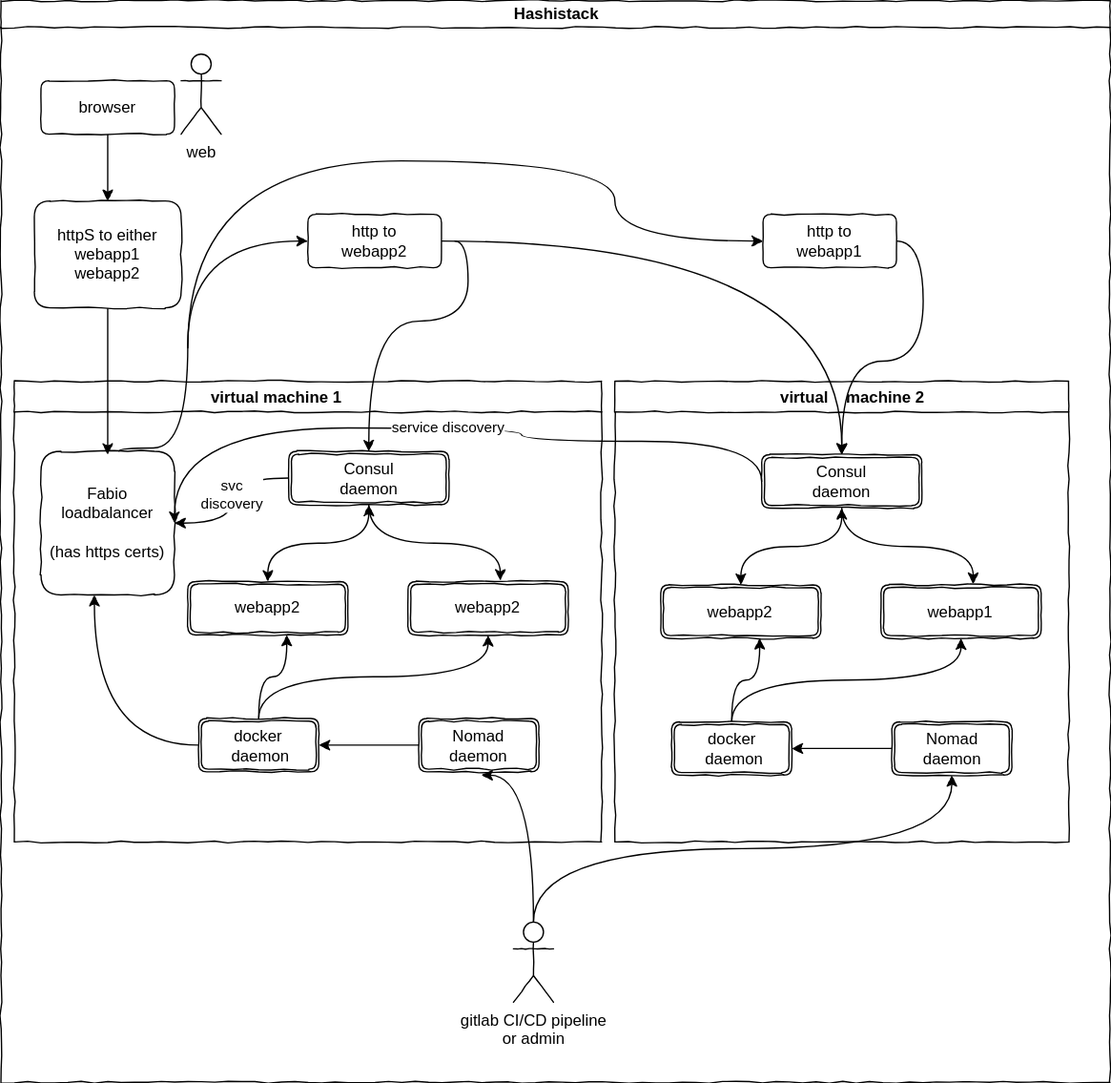
Earlier version of the draw.io export gitlab-commit/architecture.drawio.svg (traceypooh/slides). Source tidied: cells renumbered, new cells last; positions are measured from the earlier drawing's top-left corner, leaving out a move shared by most shapes. Its diagram source:
```xml
<mxGraphModel>
  <root>
    <mxCell id="0" />
    <mxCell id="1" parent="0" />
    <mxCell id="2" value="Hashistack" style="swimlane;html=1;startSize=20;horizontal=1;flowOrientation=north;interRankCellSpacing=50;containerType=tree;comic=1;flipH=0;flipV=0;rotation=0;glass=0;shadow=0;rounded=0;swimlaneLine=1;direction=east;" parent="1" vertex="1">
      <mxGeometry width="831" height="810" as="geometry" />
    </mxCell>
    <mxCell id="3" value="virtual machine 1              " style="swimlane;rounded=0;shadow=0;glass=0;comic=1;" parent="1" vertex="1">
      <mxGeometry x="10" y="285" width="440" height="345" as="geometry" />
    </mxCell>
    <mxCell id="4" style="edgeStyle=orthogonalEdgeStyle;curved=1;comic=1;jettySize=auto;html=1;" parent="3" edge="1" source="5" target="9">
      <mxGeometry relative="1" as="geometry" />
    </mxCell>
    <mxCell id="5" value="Nomad daemon" style="shape=ext;double=1;rounded=1;whiteSpace=wrap;html=1;shadow=0;glass=0;comic=1;" parent="3" vertex="1">
      <mxGeometry x="303.1" y="252.5" width="90" height="40" as="geometry" />
    </mxCell>
    <mxCell id="6" value="webapp2" style="shape=ext;double=1;rounded=1;whiteSpace=wrap;html=1;shadow=0;glass=0;comic=1;" parent="3" vertex="1">
      <mxGeometry x="130" y="150" width="120" height="40" as="geometry" />
    </mxCell>
    <mxCell id="7" style="edgeStyle=orthogonalEdgeStyle;comic=1;jettySize=auto;html=1;exitX=0.5;exitY=0;exitDx=0;exitDy=0;entryX=0.618;entryY=0.996;entryDx=0;entryDy=0;entryPerimeter=0;curved=1;" parent="3" edge="1" source="9" target="6">
      <mxGeometry relative="1" as="geometry" />
    </mxCell>
    <mxCell id="8" style="edgeStyle=orthogonalEdgeStyle;curved=1;comic=1;jettySize=auto;html=1;exitX=0.5;exitY=0;exitDx=0;exitDy=0;entryX=0.5;entryY=1;entryDx=0;entryDy=0;" parent="3" edge="1" source="9" target="10">
      <mxGeometry relative="1" as="geometry" />
    </mxCell>
    <mxCell id="9" value="docker&lt;br&gt;&amp;nbsp;daemon" style="shape=ext;double=1;rounded=1;whiteSpace=wrap;html=1;shadow=0;glass=0;comic=1;" parent="3" vertex="1">
      <mxGeometry x="138.1" y="252.5" width="90" height="40" as="geometry" />
    </mxCell>
    <mxCell id="10" value="webapp2" style="shape=ext;double=1;rounded=1;whiteSpace=wrap;html=1;shadow=0;glass=0;comic=1;" parent="3" vertex="1">
      <mxGeometry x="295" y="150" width="120" height="40" as="geometry" />
    </mxCell>
    <mxCell id="11" style="edgeStyle=orthogonalEdgeStyle;curved=1;comic=1;jettySize=auto;html=1;entryX=0.5;entryY=0;entryDx=0;entryDy=0;startArrow=classic;startFill=1;" parent="3" edge="1" source="14" target="6">
      <mxGeometry relative="1" as="geometry" />
    </mxCell>
    <mxCell id="12" style="edgeStyle=orthogonalEdgeStyle;curved=1;comic=1;jettySize=auto;html=1;entryX=0.576;entryY=-0.017;entryDx=0;entryDy=0;entryPerimeter=0;" parent="3" edge="1" source="14" target="10">
      <mxGeometry relative="1" as="geometry" />
    </mxCell>
    <mxCell id="13" value="svc&lt;br&gt;discovery" style="edgeStyle=orthogonalEdgeStyle;curved=1;comic=1;jettySize=auto;html=1;startArrow=classic;startFill=1;endArrow=none;endFill=0;exitX=1;exitY=0.5;exitDx=0;exitDy=0;" parent="3" edge="1" source="16" target="14">
      <mxGeometry x="0.07" relative="1" as="geometry" />
    </mxCell>
    <mxCell id="14" value="Consul&lt;br&gt;daemon" style="shape=ext;double=1;rounded=1;whiteSpace=wrap;html=1;shadow=0;glass=0;comic=1;" parent="3" vertex="1">
      <mxGeometry x="205.6" y="52.5" width="120" height="40" as="geometry" />
    </mxCell>
    <mxCell id="15" style="edgeStyle=orthogonalEdgeStyle;curved=1;comic=1;jettySize=auto;html=1;exitX=0;exitY=0.5;exitDx=0;exitDy=0;" parent="3" edge="1" source="9" target="16">
      <mxGeometry relative="1" as="geometry">
        <Array as="points">
          <mxPoint x="60" y="273" />
        </Array>
      </mxGeometry>
    </mxCell>
    <mxCell id="16" value="Fabio&lt;br&gt;loadbalancer&lt;br&gt;&lt;br&gt;(has https certs)" style="whiteSpace=wrap;html=1;comic=1;rounded=1;" parent="3" vertex="1">
      <mxGeometry x="20" y="52.5" width="100" height="107.5" as="geometry" />
    </mxCell>
    <mxCell id="17" value="     virtual    machine 2" style="swimlane;rounded=0;shadow=0;glass=0;comic=1;" parent="1" vertex="1">
      <mxGeometry x="460" y="285" width="340" height="345" as="geometry" />
    </mxCell>
    <mxCell id="18" style="edgeStyle=orthogonalEdgeStyle;curved=1;comic=1;jettySize=auto;html=1;" parent="17" edge="1" source="19" target="23">
      <mxGeometry relative="1" as="geometry" />
    </mxCell>
    <mxCell id="19" value="Nomad daemon" style="shape=ext;double=1;rounded=1;whiteSpace=wrap;html=1;shadow=0;glass=0;comic=1;" parent="17" vertex="1">
      <mxGeometry x="207.5" y="255" width="90" height="40" as="geometry" />
    </mxCell>
    <mxCell id="20" value="webapp2" style="shape=ext;double=1;rounded=1;whiteSpace=wrap;html=1;shadow=0;glass=0;comic=1;" parent="17" vertex="1">
      <mxGeometry x="34.4" y="152.5" width="120" height="40" as="geometry" />
    </mxCell>
    <mxCell id="21" style="edgeStyle=orthogonalEdgeStyle;comic=1;jettySize=auto;html=1;exitX=0.5;exitY=0;exitDx=0;exitDy=0;entryX=0.618;entryY=0.996;entryDx=0;entryDy=0;entryPerimeter=0;curved=1;" parent="17" edge="1" source="23" target="20">
      <mxGeometry relative="1" as="geometry" />
    </mxCell>
    <mxCell id="22" style="edgeStyle=orthogonalEdgeStyle;curved=1;comic=1;jettySize=auto;html=1;exitX=0.5;exitY=0;exitDx=0;exitDy=0;entryX=0.5;entryY=1;entryDx=0;entryDy=0;" parent="17" edge="1" source="23" target="24">
      <mxGeometry relative="1" as="geometry" />
    </mxCell>
    <mxCell id="23" value="docker&lt;br&gt;&amp;nbsp;daemon" style="shape=ext;double=1;rounded=1;whiteSpace=wrap;html=1;shadow=0;glass=0;comic=1;" parent="17" vertex="1">
      <mxGeometry x="42.5" y="255" width="90" height="40" as="geometry" />
    </mxCell>
    <mxCell id="24" value="webapp1" style="shape=ext;double=1;rounded=1;whiteSpace=wrap;html=1;shadow=0;glass=0;comic=1;" parent="17" vertex="1">
      <mxGeometry x="199.4" y="152.5" width="120" height="40" as="geometry" />
    </mxCell>
    <mxCell id="25" style="edgeStyle=orthogonalEdgeStyle;curved=1;comic=1;jettySize=auto;html=1;entryX=0.5;entryY=0;entryDx=0;entryDy=0;startArrow=classic;startFill=1;" parent="17" edge="1" source="27" target="20">
      <mxGeometry relative="1" as="geometry" />
    </mxCell>
    <mxCell id="26" style="edgeStyle=orthogonalEdgeStyle;curved=1;comic=1;jettySize=auto;html=1;entryX=0.576;entryY=-0.017;entryDx=0;entryDy=0;entryPerimeter=0;" parent="17" edge="1" source="27" target="24">
      <mxGeometry relative="1" as="geometry" />
    </mxCell>
    <mxCell id="27" value="Consul&lt;br&gt;daemon" style="shape=ext;double=1;rounded=1;whiteSpace=wrap;html=1;shadow=0;glass=0;comic=1;" parent="17" vertex="1">
      <mxGeometry x="110" y="55" width="120" height="40" as="geometry" />
    </mxCell>
    <mxCell id="28" style="edgeStyle=orthogonalEdgeStyle;curved=1;comic=1;jettySize=auto;html=1;entryX=0.5;entryY=0;entryDx=0;entryDy=0;exitX=1;exitY=0.5;exitDx=0;exitDy=0;" parent="1" edge="1" source="30" target="27">
      <mxGeometry relative="1" as="geometry" />
    </mxCell>
    <mxCell id="29" style="edgeStyle=orthogonalEdgeStyle;curved=1;comic=1;jettySize=auto;html=1;exitX=0;exitY=0.5;exitDx=0;exitDy=0;entryX=0;entryY=0.5;entryDx=0;entryDy=0;" parent="1" edge="1" target="30">
      <mxGeometry relative="1" as="geometry">
        <mxPoint x="140" y="260" as="sourcePoint" />
        <Array as="points">
          <mxPoint x="140" y="120" />
          <mxPoint x="460" y="120" />
        </Array>
      </mxGeometry>
    </mxCell>
    <mxCell id="30" value="http to&lt;br&gt;webapp1" style="whiteSpace=wrap;html=1;comic=1;rounded=1;" parent="1" vertex="1">
      <mxGeometry x="571" y="160" width="100" height="40" as="geometry" />
    </mxCell>
    <mxCell id="31" style="edgeStyle=orthogonalEdgeStyle;curved=1;comic=1;jettySize=auto;html=1;entryX=0.5;entryY=0;entryDx=0;entryDy=0;" parent="1" edge="1" target="14">
      <mxGeometry relative="1" as="geometry">
        <mxPoint x="340" y="180" as="sourcePoint" />
        <Array as="points">
          <mxPoint x="350" y="180" />
          <mxPoint x="350" y="240" />
          <mxPoint x="276" y="240" />
        </Array>
      </mxGeometry>
    </mxCell>
    <mxCell id="32" style="edgeStyle=orthogonalEdgeStyle;curved=1;comic=1;jettySize=auto;html=1;" parent="1" edge="1" source="33">
      <mxGeometry relative="1" as="geometry">
        <mxPoint x="630" y="340" as="targetPoint" />
      </mxGeometry>
    </mxCell>
    <mxCell id="33" value="http to&lt;br&gt;webapp2" style="whiteSpace=wrap;html=1;comic=1;rounded=1;" parent="1" vertex="1">
      <mxGeometry x="230" y="160" width="100" height="40" as="geometry" />
    </mxCell>
    <mxCell id="34" style="edgeStyle=orthogonalEdgeStyle;curved=1;comic=1;jettySize=auto;html=1;" parent="1" edge="1" source="35">
      <mxGeometry relative="1" as="geometry">
        <mxPoint x="80" y="340" as="targetPoint" />
      </mxGeometry>
    </mxCell>
    <mxCell id="35" value="httpS to either&lt;br&gt;webapp1&lt;br&gt;webapp2" style="whiteSpace=wrap;html=1;comic=1;rounded=1;" parent="1" vertex="1">
      <mxGeometry x="25" y="150" width="110" height="80" as="geometry" />
    </mxCell>
    <mxCell id="36" style="edgeStyle=orthogonalEdgeStyle;curved=1;comic=1;jettySize=auto;html=1;exitX=0.585;exitY=-0.002;exitDx=0;exitDy=0;exitPerimeter=0;entryX=0;entryY=0.5;entryDx=0;entryDy=0;" parent="1" edge="1" source="16" target="33">
      <mxGeometry relative="1" as="geometry">
        <Array as="points">
          <mxPoint x="140" y="335" />
          <mxPoint x="140" y="180" />
        </Array>
      </mxGeometry>
    </mxCell>
    <mxCell id="37" style="edgeStyle=orthogonalEdgeStyle;curved=1;comic=1;jettySize=auto;html=1;entryX=0.5;entryY=0;entryDx=0;entryDy=0;" parent="1" edge="1" source="38" target="35">
      <mxGeometry relative="1" as="geometry" />
    </mxCell>
    <mxCell id="38" value="browser" style="whiteSpace=wrap;html=1;comic=1;rounded=1;" parent="1" vertex="1">
      <mxGeometry x="30" y="60" width="100" height="40" as="geometry" />
    </mxCell>
    <mxCell id="39" value="service discovery" style="edgeStyle=orthogonalEdgeStyle;curved=1;comic=1;jettySize=auto;html=1;startArrow=classic;startFill=1;endArrow=none;endFill=0;exitX=1;exitY=0.5;exitDx=0;exitDy=0;entryX=0;entryY=0.5;entryDx=0;entryDy=0;" parent="1" edge="1" source="16" target="27">
      <mxGeometry relative="1" as="geometry">
        <Array as="points">
          <mxPoint x="130" y="320" />
          <mxPoint x="390" y="320" />
          <mxPoint x="570" y="330" />
        </Array>
      </mxGeometry>
    </mxCell>
    <mxCell id="40" style="edgeStyle=orthogonalEdgeStyle;curved=1;comic=1;jettySize=auto;html=1;startArrow=classic;startFill=1;endArrow=none;endFill=0;" parent="1" edge="1" target="41">
      <mxGeometry relative="1" as="geometry">
        <mxPoint x="360" y="580" as="sourcePoint" />
      </mxGeometry>
    </mxCell>
    <mxCell id="41" value="gitlab CI/CD pipeline&lt;br&gt;or admin" style="shape=umlActor;verticalLabelPosition=bottom;labelBackgroundColor=#ffffff;verticalAlign=top;html=1;outlineConnect=0;rounded=0;shadow=0;glass=0;comic=1;" parent="1" vertex="1">
      <mxGeometry x="384" y="690" width="30" height="60" as="geometry" />
    </mxCell>
    <mxCell id="42" value="web" style="shape=umlActor;verticalLabelPosition=bottom;labelBackgroundColor=#ffffff;verticalAlign=top;html=1;rounded=0;shadow=0;glass=0;comic=1;" parent="1" vertex="1">
      <mxGeometry x="135" y="40" width="30" height="60" as="geometry" />
    </mxCell>
    <mxCell id="43" style="edgeStyle=orthogonalEdgeStyle;curved=1;comic=1;jettySize=auto;html=1;startArrow=classic;startFill=1;endArrow=none;endFill=0;exitX=0.5;exitY=1;exitDx=0;exitDy=0;" parent="1" edge="1" source="19" target="41">
      <mxGeometry relative="1" as="geometry" />
    </mxCell>
  </root>
</mxGraphModel>
```
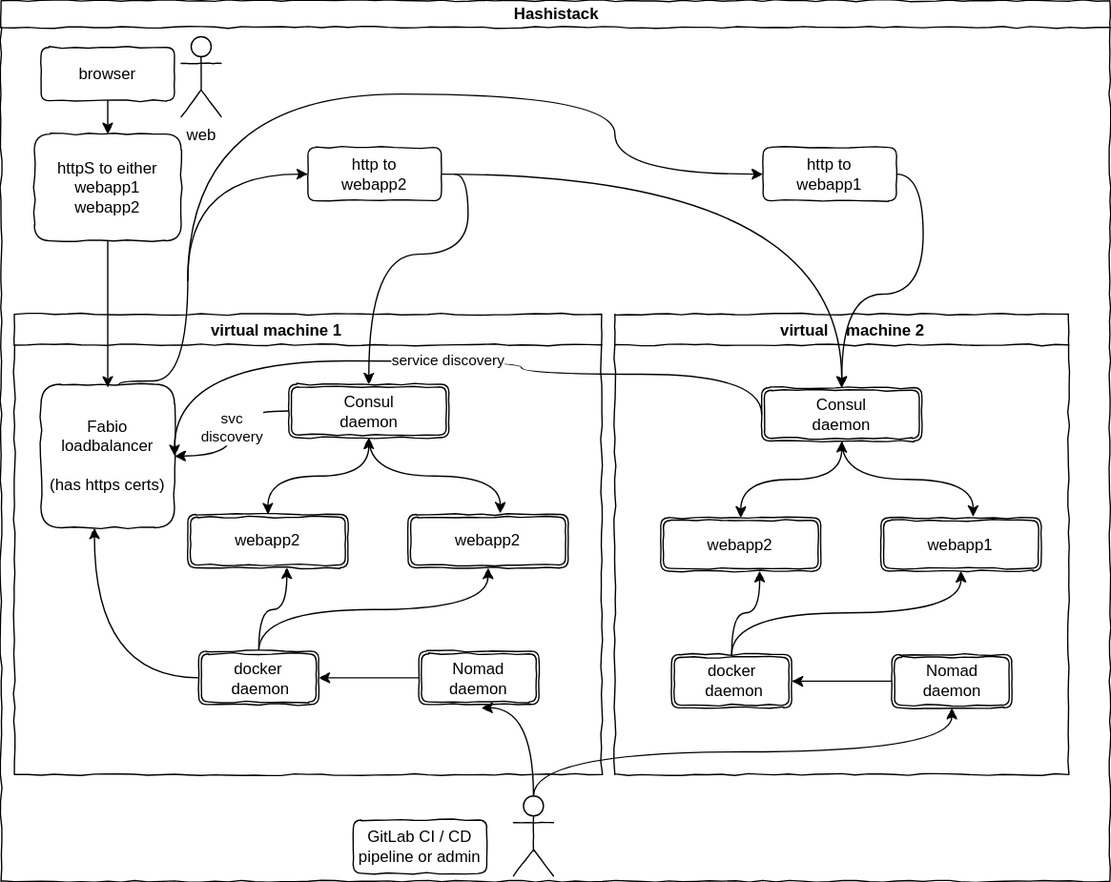
Above is the later version.

Change to the diagram source:
```diff
@@ -3,7 +3,7 @@
     <mxCell id="0" />
     <mxCell id="1" parent="0" />
     <mxCell id="2" value="Hashistack" style="swimlane;html=1;startSize=20;horizontal=1;flowOrientation=north;interRankCellSpacing=50;containerType=tree;comic=1;flipH=0;flipV=0;rotation=0;glass=0;shadow=0;rounded=0;swimlaneLine=1;direction=east;" parent="1" vertex="1">
-      <mxGeometry width="831" height="810" as="geometry" />
+      <mxGeometry y="50" width="831" height="660" as="geometry" />
     </mxCell>
     <mxCell id="3" value="virtual machine 1              " style="swimlane;rounded=0;shadow=0;glass=0;comic=1;" parent="1" vertex="1">
       <mxGeometry x="10" y="285" width="440" height="345" as="geometry" />
@@ -137,7 +137,7 @@
       <mxGeometry relative="1" as="geometry" />
     </mxCell>
     <mxCell id="38" value="browser" style="whiteSpace=wrap;html=1;comic=1;rounded=1;" parent="1" vertex="1">
-      <mxGeometry x="30" y="60" width="100" height="40" as="geometry" />
+      <mxGeometry x="30" y="85" width="100" height="40" as="geometry" />
     </mxCell>
     <mxCell id="39" value="service discovery" style="edgeStyle=orthogonalEdgeStyle;curved=1;comic=1;jettySize=auto;html=1;startArrow=classic;startFill=1;endArrow=none;endFill=0;exitX=1;exitY=0.5;exitDx=0;exitDy=0;entryX=0;entryY=0.5;entryDx=0;entryDy=0;" parent="1" edge="1" source="16" target="27">
       <mxGeometry relative="1" as="geometry">
@@ -153,14 +153,17 @@
         <mxPoint x="360" y="580" as="sourcePoint" />
       </mxGeometry>
     </mxCell>
-    <mxCell id="41" value="gitlab CI/CD pipeline&lt;br&gt;or admin" style="shape=umlActor;verticalLabelPosition=bottom;labelBackgroundColor=#ffffff;verticalAlign=top;html=1;outlineConnect=0;rounded=0;shadow=0;glass=0;comic=1;" parent="1" vertex="1">
-      <mxGeometry x="384" y="690" width="30" height="60" as="geometry" />
+    <mxCell id="41" style="shape=umlActor;verticalLabelPosition=bottom;labelBackgroundColor=#ffffff;verticalAlign=top;html=1;outlineConnect=0;rounded=0;shadow=0;glass=0;comic=1;" parent="1" vertex="1">
+      <mxGeometry x="384" y="646" width="30" height="60" as="geometry" />
     </mxCell>
     <mxCell id="42" value="web" style="shape=umlActor;verticalLabelPosition=bottom;labelBackgroundColor=#ffffff;verticalAlign=top;html=1;rounded=0;shadow=0;glass=0;comic=1;" parent="1" vertex="1">
-      <mxGeometry x="135" y="40" width="30" height="60" as="geometry" />
+      <mxGeometry x="135" y="77" width="30" height="60" as="geometry" />
     </mxCell>
     <mxCell id="43" style="edgeStyle=orthogonalEdgeStyle;curved=1;comic=1;jettySize=auto;html=1;startArrow=classic;startFill=1;endArrow=none;endFill=0;exitX=0.5;exitY=1;exitDx=0;exitDy=0;" parent="1" edge="1" source="19" target="41">
       <mxGeometry relative="1" as="geometry" />
     </mxCell>
+    <mxCell id="44" value="GitLab CI / CD pipeline or admin" style="whiteSpace=wrap;html=1;comic=1;rounded=1;" parent="1" vertex="1">
+      <mxGeometry x="264" y="664" width="100" height="40" as="geometry" />
+    </mxCell>
   </root>
 </mxGraphModel>
```
